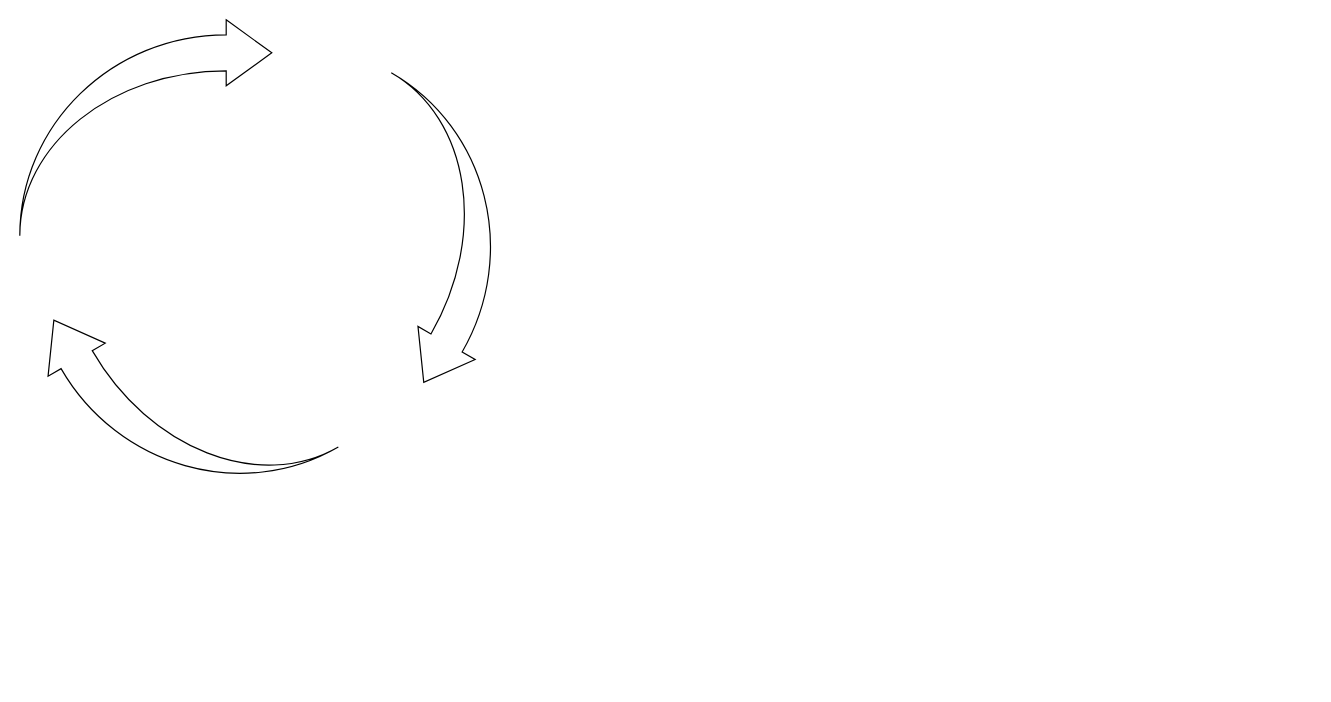
Earlier version of the draw.io diagram arrows.drawio (kay-squared/PyTorchLearn). Source tidied: cells renumbered, new cells numbered last; positions are measured from the earlier drawing's top-left corner, leaving out a move shared by most shapes. Both pictures are drawn from the tidied source at 120%, with x=0, y=0 at pixel (19, 19).
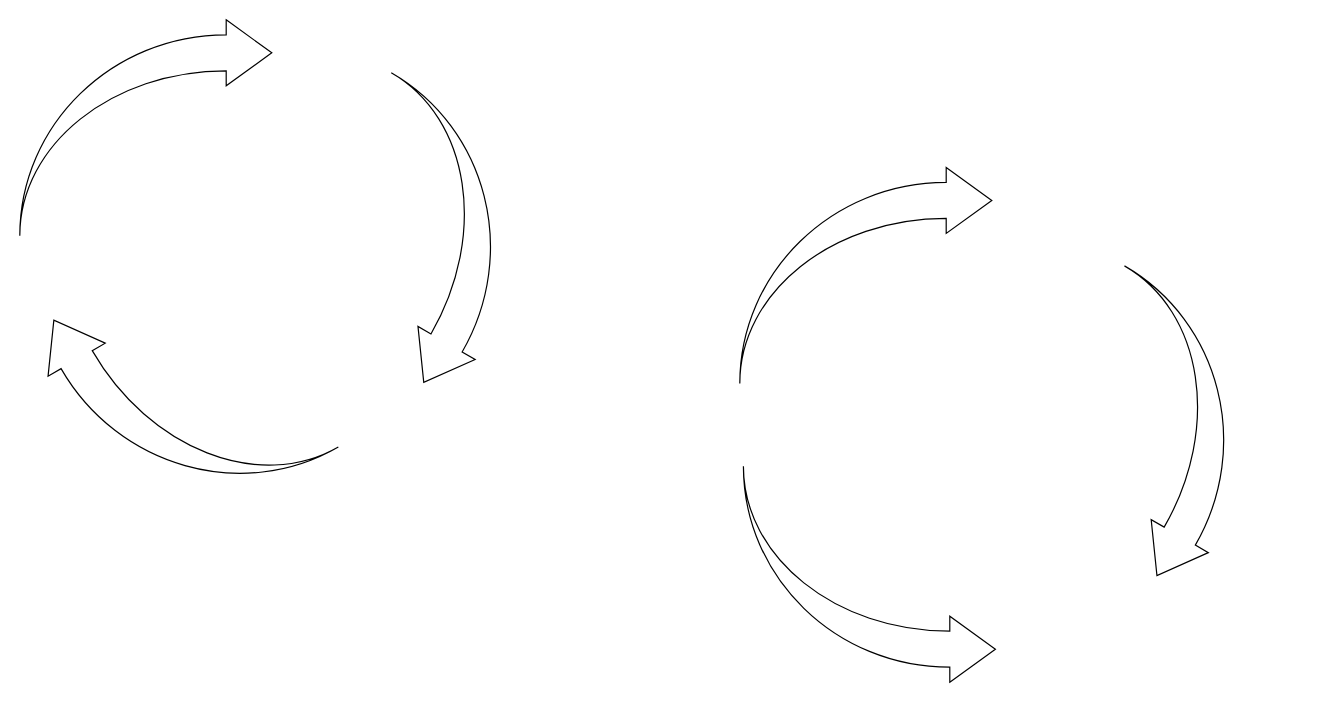
The same diagram, later.

The edit, as a diff of the source:
```diff
@@
 <mxGraphModel>
   <root>
     <mxCell id="0" />
     <mxCell id="1" parent="0" />
     <mxCell id="2" style="html=1;shadow=0;dashed=0;align=center;verticalAlign=middle;shape=mxgraph.arrows2.jumpInArrow;dy=15;dx=38;arrowHead=55;" parent="1" vertex="1">
       <mxGeometry width="210" height="180" as="geometry" />
     </mxCell>
     <mxCell id="3" style="html=1;shadow=0;dashed=0;align=center;verticalAlign=middle;shape=mxgraph.arrows2.jumpInArrow;dy=15;dx=38;arrowHead=55;rotation=120;" parent="1" vertex="1">
       <mxGeometry x="230" y="90" width="210" height="180" as="geometry" />
     </mxCell>
     <mxCell id="4" style="html=1;shadow=0;dashed=0;align=center;verticalAlign=middle;shape=mxgraph.arrows2.jumpInArrow;dy=15;dx=38;arrowHead=55;rotation=240;" parent="1" vertex="1">
       <mxGeometry x="30" y="220" width="210" height="180" as="geometry" />
     </mxCell>
+    <mxCell id="5" style="html=1;shadow=0;dashed=0;align=center;verticalAlign=middle;shape=mxgraph.arrows2.jumpInArrow;dy=15;dx=38;arrowHead=55;" parent="1" vertex="1">
+      <mxGeometry x="600" y="123" width="210" height="180" as="geometry" />
+    </mxCell>
+    <mxCell id="6" style="html=1;shadow=0;dashed=0;align=center;verticalAlign=middle;shape=mxgraph.arrows2.jumpInArrow;dy=15;dx=38;arrowHead=55;rotation=120;" parent="1" vertex="1">
+      <mxGeometry x="841" y="251" width="210" height="180" as="geometry" />
+    </mxCell>
+    <mxCell id="7" style="html=1;shadow=0;dashed=0;align=center;verticalAlign=middle;shape=mxgraph.arrows2.jumpInArrow;dy=15;dx=38;arrowHead=55;flipH=0;flipV=1;" parent="1" vertex="1">
+      <mxGeometry x="603" y="372" width="210" height="180" as="geometry" />
+    </mxCell>
   </root>
 </mxGraphModel>
```
